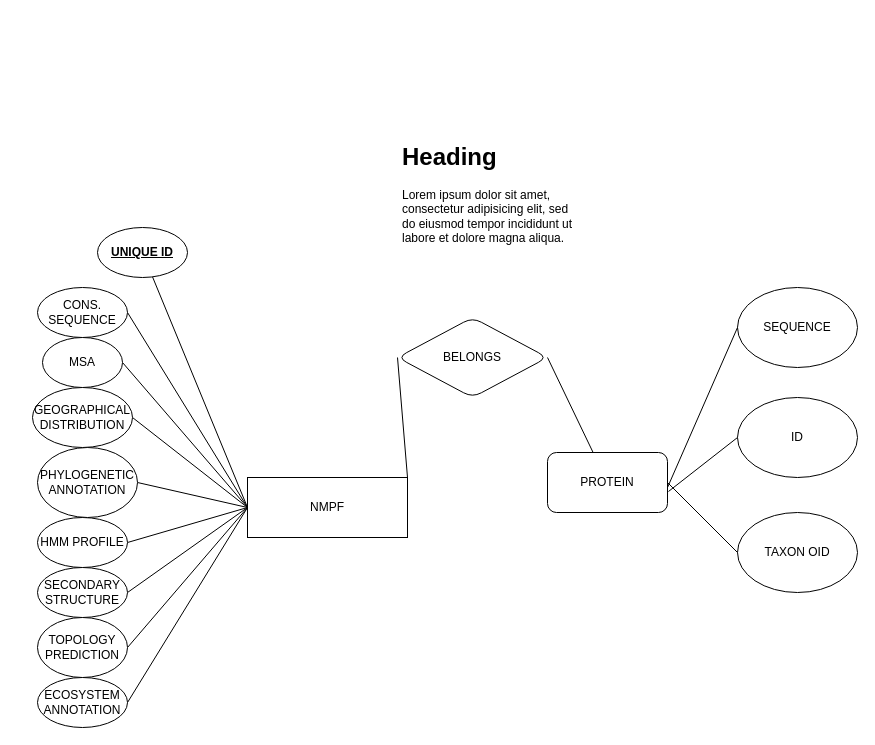
This is Ανώνυμο διάγραμμα.drawio from IceGreb/db_project, a draw.io file, before an edit. Source tidied: cells renumbered, new cells numbered last; positions are measured from the earlier drawing's top-left corner, leaving out a move shared by most shapes. Both pictures are drawn from the tidied source at 100%, with x=0, y=0 at pixel (32, 137).
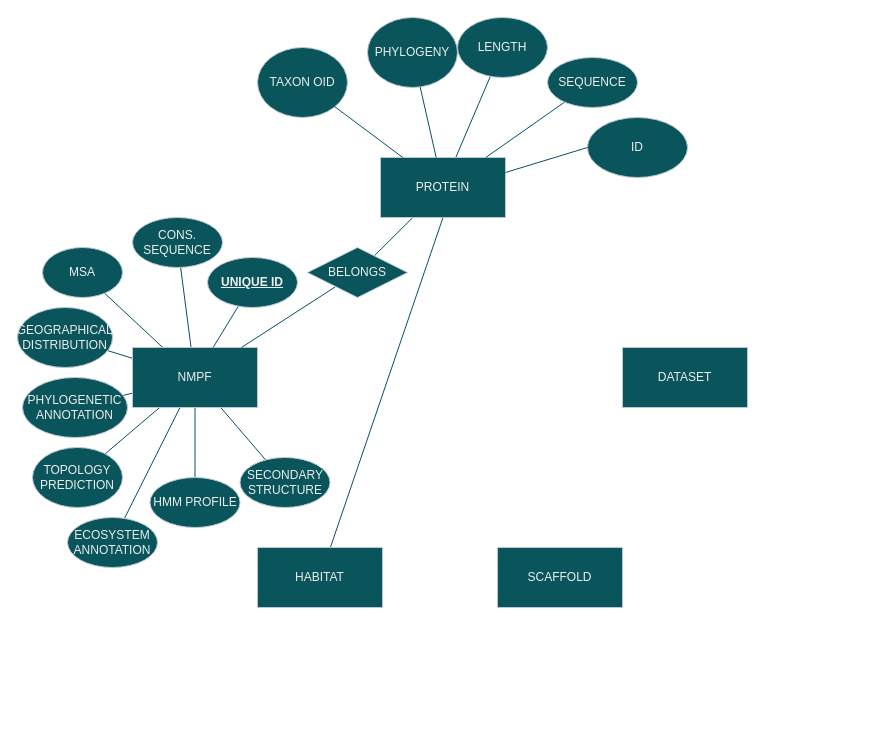
The same page after the edit.

Change to the diagram source:
```diff
@@
-    <mxCell id="2" style="rounded=1;jettySize=auto;html=1;entryX=1;entryY=0.5;entryDx=0;entryDy=0;exitX=0;exitY=0.5;exitDx=0;exitDy=0;endArrow=none;endFill=0;" parent="1" edge="1" source="10" target="12">
+    <mxCell id="2" style="rounded=0;jettySize=auto;html=1;endArrow=none;endFill=0;labelBackgroundColor=none;strokeColor=#0B4D6A;fontColor=default;" parent="1" edge="1" source="10" target="12">
       <mxGeometry relative="1" as="geometry" />
     </mxCell>
-    <mxCell id="3" style="rounded=1;jettySize=auto;html=1;entryX=1;entryY=0.5;entryDx=0;entryDy=0;exitX=0;exitY=0.5;exitDx=0;exitDy=0;endArrow=none;endFill=0;" parent="1" edge="1" source="10" target="13">
+    <mxCell id="3" style="rounded=0;jettySize=auto;html=1;endArrow=none;endFill=0;labelBackgroundColor=none;strokeColor=#0B4D6A;fontColor=default;" parent="1" edge="1" source="10" target="13">
       <mxGeometry relative="1" as="geometry" />
     </mxCell>
-    <mxCell id="4" style="rounded=1;jettySize=auto;html=1;entryX=1;entryY=0.5;entryDx=0;entryDy=0;exitX=0;exitY=0.5;exitDx=0;exitDy=0;endArrow=none;endFill=0;" parent="1" edge="1" source="10" target="19">
+    <mxCell id="4" style="rounded=0;jettySize=auto;html=1;endArrow=none;endFill=0;labelBackgroundColor=none;strokeColor=#0B4D6A;fontColor=default;" parent="1" edge="1" source="10" target="19">
       <mxGeometry relative="1" as="geometry" />
     </mxCell>
-    <mxCell id="5" style="rounded=1;jettySize=auto;html=1;entryX=1;entryY=0.5;entryDx=0;entryDy=0;exitX=0;exitY=0.5;exitDx=0;exitDy=0;endArrow=none;endFill=0;" parent="1" edge="1" source="10" target="17">
+    <mxCell id="5" style="rounded=0;jettySize=auto;html=1;endArrow=none;endFill=0;labelBackgroundColor=none;strokeColor=#0B4D6A;fontColor=default;" parent="1" edge="1" source="10" target="17">
       <mxGeometry relative="1" as="geometry" />
     </mxCell>
-    <mxCell id="6" style="rounded=1;jettySize=auto;html=1;entryX=1;entryY=0.5;entryDx=0;entryDy=0;exitX=0;exitY=0.5;exitDx=0;exitDy=0;endArrow=none;endFill=0;" parent="1" edge="1" source="10" target="14">
+    <mxCell id="6" style="rounded=0;jettySize=auto;html=1;endArrow=none;endFill=0;labelBackgroundColor=none;strokeColor=#0B4D6A;fontColor=default;" parent="1" edge="1" source="10" target="14">
       <mxGeometry relative="1" as="geometry" />
     </mxCell>
-    <mxCell id="7" style="rounded=1;jettySize=auto;html=1;entryX=1;entryY=0.5;entryDx=0;entryDy=0;exitX=0;exitY=0.5;exitDx=0;exitDy=0;endArrow=none;endFill=0;" parent="1" edge="1" source="10" target="15">
+    <mxCell id="7" style="rounded=0;jettySize=auto;html=1;endArrow=none;endFill=0;labelBackgroundColor=none;strokeColor=#0B4D6A;fontColor=default;" parent="1" edge="1" source="10" target="15">
       <mxGeometry relative="1" as="geometry" />
     </mxCell>
-    <mxCell id="8" style="rounded=1;jettySize=auto;html=1;entryX=1;entryY=0.5;entryDx=0;entryDy=0;exitX=0;exitY=0.5;exitDx=0;exitDy=0;endArrow=none;endFill=0;" parent="1" edge="1" source="10" target="16">
+    <mxCell id="8" style="rounded=0;jettySize=auto;html=1;endArrow=none;endFill=0;labelBackgroundColor=none;strokeColor=#0B4D6A;fontColor=default;" parent="1" edge="1" source="10" target="16">
       <mxGeometry relative="1" as="geometry" />
     </mxCell>
-    <mxCell id="9" style="rounded=1;jettySize=auto;html=1;entryX=0;entryY=0.5;entryDx=0;entryDy=0;exitX=0;exitY=0.5;exitDx=0;exitDy=0;endArrow=none;endFill=0;" parent="1" edge="1" source="10" target="18">
+    <mxCell id="9" style="rounded=0;jettySize=auto;html=1;endArrow=none;endFill=0;labelBackgroundColor=none;strokeColor=#0B4D6A;fontColor=default;" parent="1" edge="1" source="10" target="18">
       <mxGeometry relative="1" as="geometry" />
     </mxCell>
-    <mxCell id="10" value="NMPF" style="rounded=0;whiteSpace=wrap;html=1;glass=0;" parent="1" vertex="1">
-      <mxGeometry x="215" y="340" width="160" height="60" as="geometry" />
+    <mxCell id="10" value="NMPF" style="rounded=0;whiteSpace=wrap;html=1;labelBackgroundColor=none;fillColor=#09555B;strokeColor=#BAC8D3;fontColor=#EEEEEE;" parent="1" vertex="1">
+      <mxGeometry x="100" y="210" width="125" height="60" as="geometry" />
     </mxCell>
-    <mxCell id="11" value="&lt;h1&gt;Heading&lt;/h1&gt;&lt;p&gt;Lorem ipsum dolor sit amet, consectetur adipisicing elit, sed do eiusmod tempor incididunt ut labore et dolore magna aliqua.&lt;/p&gt;" style="text;html=1;strokeColor=none;fillColor=none;spacing=5;spacingTop=-20;whiteSpace=wrap;overflow=hidden;rounded=1;" parent="1" vertex="1">
-      <mxGeometry x="365" width="190" height="120" as="geometry" />
-    </mxCell>
-    <mxCell id="12" value="CONS. SEQUENCE" style="ellipse;whiteSpace=wrap;html=1;rounded=1;" parent="1" vertex="1">
-      <mxGeometry x="5" y="150" width="90" height="50" as="geometry" />
+    <mxCell id="12" value="CONS. SEQUENCE" style="ellipse;whiteSpace=wrap;html=1;rounded=0;labelBackgroundColor=none;fillColor=#09555B;strokeColor=#BAC8D3;fontColor=#EEEEEE;" parent="1" vertex="1">
+      <mxGeometry x="100" y="80" width="90" height="50" as="geometry" />
     </mxCell>
-    <mxCell id="13" value="MSA" style="ellipse;whiteSpace=wrap;html=1;rounded=1;" parent="1" vertex="1">
-      <mxGeometry x="10" y="200" width="80" height="50" as="geometry" />
+    <mxCell id="13" value="MSA" style="ellipse;whiteSpace=wrap;html=1;rounded=0;labelBackgroundColor=none;fillColor=#09555B;strokeColor=#BAC8D3;fontColor=#EEEEEE;" parent="1" vertex="1">
+      <mxGeometry x="10" y="110" width="80" height="50" as="geometry" />
     </mxCell>
-    <mxCell id="14" value="HMM PROFILE" style="ellipse;whiteSpace=wrap;html=1;rounded=1;" parent="1" vertex="1">
-      <mxGeometry x="5" y="380" width="90" height="50" as="geometry" />
+    <mxCell id="14" value="HMM PROFILE" style="ellipse;whiteSpace=wrap;html=1;rounded=0;labelBackgroundColor=none;fillColor=#09555B;strokeColor=#BAC8D3;fontColor=#EEEEEE;" parent="1" vertex="1">
+      <mxGeometry x="117.5" y="340" width="90" height="50" as="geometry" />
     </mxCell>
-    <mxCell id="15" value="SECONDARY STRUCTURE" style="ellipse;whiteSpace=wrap;html=1;rounded=1;" parent="1" vertex="1">
-      <mxGeometry x="5" y="430" width="90" height="50" as="geometry" />
+    <mxCell id="15" value="SECONDARY STRUCTURE" style="ellipse;whiteSpace=wrap;html=1;rounded=0;labelBackgroundColor=none;fillColor=#09555B;strokeColor=#BAC8D3;fontColor=#EEEEEE;" parent="1" vertex="1">
+      <mxGeometry x="207.5" y="320" width="90" height="50" as="geometry" />
     </mxCell>
-    <mxCell id="16" value="TOPOLOGY PREDICTION" style="ellipse;whiteSpace=wrap;html=1;rounded=1;" parent="1" vertex="1">
-      <mxGeometry x="5" y="480" width="90" height="60" as="geometry" />
+    <mxCell id="16" value="TOPOLOGY PREDICTION" style="ellipse;whiteSpace=wrap;html=1;rounded=0;labelBackgroundColor=none;fillColor=#09555B;strokeColor=#BAC8D3;fontColor=#EEEEEE;direction=west;" parent="1" vertex="1">
+      <mxGeometry y="310" width="90" height="60" as="geometry" />
     </mxCell>
-    <mxCell id="17" value="&lt;div&gt;PHYLOGENETIC ANNOTATION&lt;/div&gt;" style="ellipse;whiteSpace=wrap;html=1;rounded=1;" parent="1" vertex="1">
-      <mxGeometry x="5" y="310" width="100" height="70" as="geometry" />
+    <mxCell id="17" value="&lt;div&gt;PHYLOGENETIC ANNOTATION&lt;/div&gt;" style="ellipse;whiteSpace=wrap;html=1;rounded=0;labelBackgroundColor=none;fillColor=#09555B;strokeColor=#BAC8D3;fontColor=#EEEEEE;" parent="1" vertex="1">
+      <mxGeometry x="-10" y="240" width="105" height="60" as="geometry" />
     </mxCell>
-    <mxCell id="18" value="&lt;div&gt;ECOSYSTEM ANNOTATION&lt;/div&gt;" style="ellipse;whiteSpace=wrap;html=1;direction=west;rounded=1;" parent="1" vertex="1">
-      <mxGeometry x="5" y="540" width="90" height="50" as="geometry" />
+    <mxCell id="18" value="&lt;div&gt;ECOSYSTEM ANNOTATION&lt;/div&gt;" style="ellipse;whiteSpace=wrap;html=1;direction=west;rounded=0;labelBackgroundColor=none;fillColor=#09555B;strokeColor=#BAC8D3;fontColor=#EEEEEE;" parent="1" vertex="1">
+      <mxGeometry x="35" y="380" width="90" height="50" as="geometry" />
     </mxCell>
-    <mxCell id="19" value="GEOGRAPHICAL DISTRIBUTION" style="ellipse;whiteSpace=wrap;html=1;rounded=1;" parent="1" vertex="1">
-      <mxGeometry y="250" width="100" height="60" as="geometry" />
+    <mxCell id="19" value="GEOGRAPHICAL DISTRIBUTION" style="ellipse;whiteSpace=wrap;html=1;rounded=0;labelBackgroundColor=none;fillColor=#09555B;strokeColor=#BAC8D3;fontColor=#EEEEEE;" parent="1" vertex="1">
+      <mxGeometry x="-15" y="170" width="95" height="60" as="geometry" />
     </mxCell>
-    <mxCell id="20" style="rounded=1;jettySize=auto;html=1;entryX=0;entryY=0.5;entryDx=0;entryDy=0;endArrow=none;endFill=0;" parent="1" edge="1" source="21" target="10">
+    <mxCell id="20" style="rounded=0;jettySize=auto;html=1;endArrow=none;endFill=0;labelBackgroundColor=none;strokeColor=#0B4D6A;fontColor=default;" parent="1" edge="1" source="21" target="10">
       <mxGeometry relative="1" as="geometry" />
     </mxCell>
-    <mxCell id="21" value="&lt;u&gt;&lt;b&gt;UNIQUE ID&lt;/b&gt;&lt;/u&gt;" style="ellipse;whiteSpace=wrap;html=1;rounded=1;" parent="1" vertex="1">
-      <mxGeometry x="65" y="90" width="90" height="50" as="geometry" />
+    <mxCell id="21" value="&lt;u&gt;&lt;b&gt;UNIQUE ID&lt;/b&gt;&lt;/u&gt;" style="ellipse;whiteSpace=wrap;html=1;rounded=0;labelBackgroundColor=none;fillColor=#09555B;strokeColor=#BAC8D3;fontColor=#EEEEEE;" parent="1" vertex="1">
+      <mxGeometry x="175" y="120" width="90" height="50" as="geometry" />
     </mxCell>
-    <mxCell id="22" style="rounded=1;jettySize=auto;html=1;exitX=1;exitY=0.5;exitDx=0;exitDy=0;endArrow=none;endFill=0;" parent="1" edge="1" source="25" target="23">
+    <mxCell id="22" style="rounded=0;jettySize=auto;html=1;endArrow=none;endFill=0;labelBackgroundColor=none;strokeColor=#0B4D6A;fontColor=default;" parent="1" edge="1" source="25" target="23">
       <mxGeometry relative="1" as="geometry" />
     </mxCell>
+    <mxCell id="32" style="rounded=0;jettySize=auto;html=1;strokeColor=#0B4D6A;endArrow=none;endFill=0;" parent="1" edge="1" source="23" target="34">
+      <mxGeometry relative="1" as="geometry" />
+    </mxCell>
+    <mxCell id="33" style="rounded=0;jettySize=auto;html=1;strokeColor=#0B4D6A;exitX=0.5;exitY=1;exitDx=0;exitDy=0;endArrow=none;endFill=0;entryX=0.583;entryY=0;entryDx=0;entryDy=0;entryPerimeter=0;" parent="1" edge="1" source="23" target="37">
+      <mxGeometry relative="1" as="geometry" />
+    </mxCell>
-    <mxCell id="23" value="&lt;div&gt;PROTEIN&lt;/div&gt;" style="rounded=1;whiteSpace=wrap;html=1;" parent="1" vertex="1">
-      <mxGeometry x="515" y="315" width="120" height="60" as="geometry" />
+    <mxCell id="23" value="&lt;div&gt;PROTEIN&lt;/div&gt;" style="rounded=0;whiteSpace=wrap;html=1;labelBackgroundColor=none;fillColor=#09555B;strokeColor=#BAC8D3;fontColor=#EEEEEE;" parent="1" vertex="1">
+      <mxGeometry x="348" y="20" width="125" height="60" as="geometry" />
     </mxCell>
-    <mxCell id="24" style="rounded=1;jettySize=auto;html=1;entryX=0;entryY=0.5;entryDx=0;entryDy=0;exitX=1;exitY=0;exitDx=0;exitDy=0;endArrow=none;endFill=0;" parent="1" edge="1" source="10" target="25">
+    <mxCell id="24" style="rounded=0;jettySize=auto;html=1;endArrow=none;endFill=0;labelBackgroundColor=none;strokeColor=#0B4D6A;fontColor=default;" parent="1" edge="1" source="10" target="25">
       <mxGeometry relative="1" as="geometry" />
     </mxCell>
-    <mxCell id="25" value="BELONGS" style="rhombus;whiteSpace=wrap;html=1;rounded=1;" parent="1" vertex="1">
-      <mxGeometry x="365" y="180" width="150" height="80" as="geometry" />
+    <mxCell id="25" value="BELONGS" style="rhombus;whiteSpace=wrap;html=1;rounded=0;labelBackgroundColor=none;fillColor=#09555B;strokeColor=#BAC8D3;fontColor=#EEEEEE;" parent="1" vertex="1">
+      <mxGeometry x="275" y="110" width="100" height="50" as="geometry" />
     </mxCell>
-    <mxCell id="26" value="SEQUENCE" style="ellipse;whiteSpace=wrap;html=1;" parent="1" vertex="1">
-      <mxGeometry x="705" y="150" width="120" height="80" as="geometry" />
+    <mxCell id="26" value="SEQUENCE" style="ellipse;whiteSpace=wrap;html=1;labelBackgroundColor=none;fillColor=#09555B;strokeColor=#BAC8D3;fontColor=#EEEEEE;" parent="1" vertex="1">
+      <mxGeometry x="515" y="-80" width="90" height="50" as="geometry" />
     </mxCell>
-    <mxCell id="27" style="rounded=1;jettySize=auto;html=1;entryX=0;entryY=0.5;entryDx=0;entryDy=0;endArrow=none;endFill=0;" parent="1" edge="1" target="26">
-      <mxGeometry relative="1" as="geometry">
-        <mxPoint x="635" y="350" as="sourcePoint" />
-      </mxGeometry>
+    <mxCell id="27" style="rounded=1;jettySize=auto;html=1;endArrow=none;endFill=0;labelBackgroundColor=none;strokeColor=#0B4D6A;fontColor=default;" parent="1" edge="1" source="23" target="26">
+      <mxGeometry relative="1" as="geometry" />
     </mxCell>
-    <mxCell id="28" value="ID" style="ellipse;whiteSpace=wrap;html=1;" parent="1" vertex="1">
-      <mxGeometry x="705" y="260" width="120" height="80" as="geometry" />
+    <mxCell id="28" value="ID" style="ellipse;whiteSpace=wrap;html=1;labelBackgroundColor=none;fillColor=#09555B;strokeColor=#BAC8D3;fontColor=#EEEEEE;" parent="1" vertex="1">
+      <mxGeometry x="555" y="-20" width="100" height="60" as="geometry" />
     </mxCell>
-    <mxCell id="29" style="rounded=1;jettySize=auto;html=1;entryX=0;entryY=0.5;entryDx=0;entryDy=0;exitX=1.008;exitY=0.65;exitDx=0;exitDy=0;endArrow=none;endFill=0;exitPerimeter=0;" parent="1" edge="1" source="23" target="28">
+    <mxCell id="29" style="rounded=1;jettySize=auto;html=1;entryX=0;entryY=0.5;entryDx=0;entryDy=0;endArrow=none;endFill=0;labelBackgroundColor=none;strokeColor=#0B4D6A;fontColor=default;exitX=1;exitY=0.25;exitDx=0;exitDy=0;" parent="1" edge="1" source="23" target="28">
       <mxGeometry relative="1" as="geometry" />
     </mxCell>
-    <mxCell id="30" value="TAXON OID" style="ellipse;whiteSpace=wrap;html=1;" parent="1" vertex="1">
-      <mxGeometry x="705" y="375" width="120" height="80" as="geometry" />
+    <mxCell id="30" value="TAXON OID" style="ellipse;whiteSpace=wrap;html=1;labelBackgroundColor=none;fillColor=#09555B;strokeColor=#BAC8D3;fontColor=#EEEEEE;" parent="1" vertex="1">
+      <mxGeometry x="225" y="-90" width="90" height="70" as="geometry" />
     </mxCell>
-    <mxCell id="31" style="rounded=1;jettySize=auto;html=1;entryX=0;entryY=0.5;entryDx=0;entryDy=0;exitX=1;exitY=0.5;exitDx=0;exitDy=0;endArrow=none;endFill=0;" parent="1" edge="1" source="23" target="30">
+    <mxCell id="31" style="rounded=1;jettySize=auto;html=1;endArrow=none;endFill=0;labelBackgroundColor=none;strokeColor=#0B4D6A;fontColor=default;" parent="1" edge="1" source="23" target="30">
       <mxGeometry relative="1" as="geometry" />
     </mxCell>
+    <mxCell id="34" value="LENGTH" style="ellipse;whiteSpace=wrap;html=1;fillColor=#09555B;strokeColor=#BAC8D3;fontColor=#EEEEEE;rounded=0;labelBackgroundColor=none;" parent="1" vertex="1">
+      <mxGeometry x="425" y="-120" width="90" height="60" as="geometry" />
+    </mxCell>
+    <mxCell id="35" value="PHYLOGENY" style="ellipse;whiteSpace=wrap;html=1;fillColor=#09555B;strokeColor=#BAC8D3;fontColor=#EEEEEE;rounded=0;labelBackgroundColor=none;" parent="1" vertex="1">
+      <mxGeometry x="335" y="-120" width="90" height="70" as="geometry" />
+    </mxCell>
+    <mxCell id="36" style="endArrow=none;html=1;rounded=0;strokeColor=#0B4D6A;" parent="1" edge="1" source="23" target="35">
+      <mxGeometry relative="1" as="geometry" />
+    </mxCell>
+    <mxCell id="37" value="HABITAT" style="rounded=0;whiteSpace=wrap;html=1;strokeColor=#BAC8D3;fontColor=#EEEEEE;fillColor=#09555B;" parent="1" vertex="1">
+      <mxGeometry x="225" y="410" width="125" height="60" as="geometry" />
+    </mxCell>
+    <mxCell id="38" value="SCAFFOLD" style="rounded=0;whiteSpace=wrap;html=1;strokeColor=#BAC8D3;fontColor=#EEEEEE;fillColor=#09555B;" parent="1" vertex="1">
+      <mxGeometry x="465" y="410" width="125" height="60" as="geometry" />
+    </mxCell>
+    <mxCell id="39" value="DATASET" style="rounded=0;whiteSpace=wrap;html=1;strokeColor=#BAC8D3;fontColor=#EEEEEE;fillColor=#09555B;" parent="1" vertex="1">
+      <mxGeometry x="590" y="210" width="125" height="60" as="geometry" />
+    </mxCell>
```
